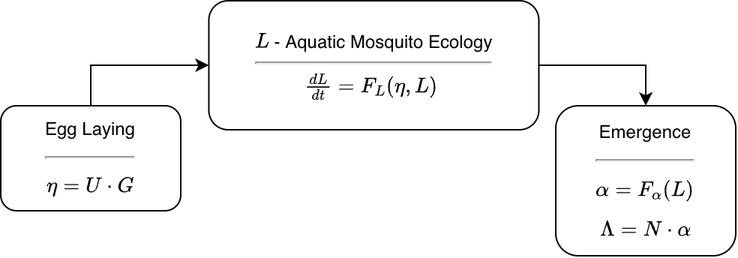
Earlier version of the draw.io export docs/articles/L_component.png (dd-harp/ramp.xds). Source tidied: cells renumbered, new cells last; positions are measured from the earlier drawing's top-left corner, leaving out a move shared by most shapes.
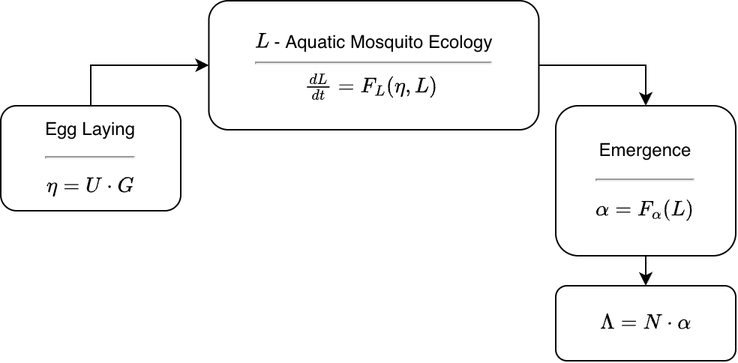
Later version of the same file.

What changed in the source:
```diff
@@ -8,7 +8,10 @@
     <mxCell id="3" value="\(L\) -&amp;nbsp;Aquatic Mosquito Ecology&lt;hr&gt;&lt;div style=&quot;line-height: 110%;&quot;&gt;\(\frac{d {L}}{dt} = F_{L}(\eta, {L})&amp;nbsp; \)&amp;nbsp;&lt;/div&gt;" style="rounded=1;whiteSpace=wrap;html=1;align=center;spacing=2;" parent="1" vertex="1">
       <mxGeometry x="138.7" width="220" height="86" as="geometry" />
     </mxCell>
+    <mxCell id="7" style="edgeStyle=orthogonalEdgeStyle;rounded=0;jettySize=auto;html=1;exitX=0.5;exitY=1;exitDx=0;exitDy=0;entryX=0.5;entryY=0;entryDx=0;entryDy=0;" parent="1" edge="1" source="4" target="8">
+      <mxGeometry relative="1" as="geometry" />
+    </mxCell>
-    <mxCell id="4" value="&lt;p style=&quot;line-height: 105%; font-size: 12px;&quot;&gt;Emergence&lt;/p&gt;&lt;hr style=&quot;font-size: 12px;&quot;&gt;&lt;p style=&quot;line-height: 105%; font-size: 12px;&quot;&gt;&lt;u style=&quot;background-color: initial; font-size: 12px;&quot;&gt;\(\alpha = F_\alpha (L) \)&lt;/u&gt;&lt;br style=&quot;font-size: 12px;&quot;&gt;&lt;/p&gt;&lt;p style=&quot;line-height: 105%; font-size: 12px;&quot;&gt;&lt;u style=&quot;background-color: initial;&quot;&gt;\(\Lambda = N \cdot \alpha&amp;nbsp; \)&lt;/u&gt;&lt;/p&gt;" style="rounded=1;whiteSpace=wrap;html=1;align=center;spacing=1;fontSize=12;" parent="1" vertex="1">
+    <mxCell id="4" value="&lt;p style=&quot;line-height: 105%; font-size: 12px;&quot;&gt;Emergence&lt;/p&gt;&lt;hr style=&quot;font-size: 12px;&quot;&gt;&lt;p style=&quot;line-height: 105%; font-size: 12px;&quot;&gt;&lt;u style=&quot;background-color: initial; font-size: 12px;&quot;&gt;\(\alpha = F_\alpha (L) \)&lt;/u&gt;&lt;/p&gt;" style="rounded=1;whiteSpace=wrap;html=1;align=center;spacing=1;fontSize=12;" parent="1" vertex="1">
       <mxGeometry x="370" y="70" width="120" height="100" as="geometry" />
     </mxCell>
     <mxCell id="5" style="edgeStyle=orthogonalEdgeStyle;rounded=0;jettySize=auto;html=1;exitX=0.5;exitY=0;exitDx=0;exitDy=0;entryX=0;entryY=0.5;entryDx=0;entryDy=0;" parent="1" edge="1" source="6" target="3">
@@ -17,5 +20,8 @@
     <mxCell id="6" value="&lt;p style=&quot;line-height: 105%; font-size: 12px;&quot;&gt;Egg Laying&lt;/p&gt;&lt;hr style=&quot;font-size: 12px;&quot;&gt;&lt;p style=&quot;line-height: 105%; font-size: 12px;&quot;&gt;&lt;u style=&quot;background-color: initial; font-size: 12px;&quot;&gt;\(\eta = U\cdot G \)&lt;/u&gt;&lt;br style=&quot;font-size: 12px;&quot;&gt;&lt;/p&gt;" style="rounded=1;whiteSpace=wrap;html=1;align=center;spacing=1;fontSize=12;" parent="1" vertex="1">
       <mxGeometry y="70" width="120" height="70" as="geometry" />
     </mxCell>
+    <mxCell id="8" value="&lt;p style=&quot;line-height: 105%; font-size: 12px;&quot;&gt;&lt;u style=&quot;background-color: initial; color: light-dark(rgb(0, 0, 0), rgb(255, 255, 255));&quot;&gt;\(\Lambda = N \cdot \alpha&amp;nbsp; \)&lt;/u&gt;&lt;/p&gt;" style="rounded=1;whiteSpace=wrap;html=1;align=center;spacing=1;fontSize=12;" parent="1" vertex="1">
+      <mxGeometry x="370" y="190" width="120" height="50" as="geometry" />
+    </mxCell>
   </root>
 </mxGraphModel>
```
